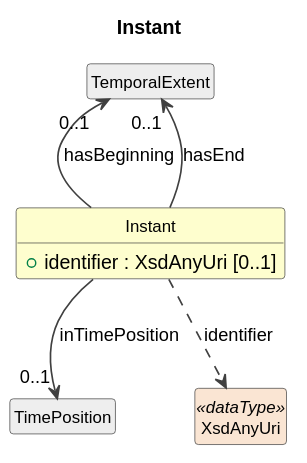
Earlier version of the PlantUML export cdif-uml-model/_plantuml/cdifDiscovery/Classes/Instant.svg (Cross-Domain-Interoperability-Framework/metadataBuildingBlocks).
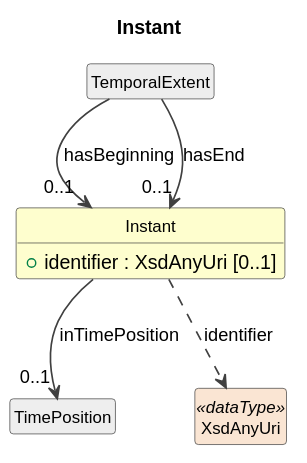
Later version of the same file.

What changed in the source:
```diff
@@ -14,8 +14,8 @@
   +identifier : XsdAnyUri [0..1]
 }
 class "TemporalExtent" as TemporalExtent #EEEEEE
-TemporalExtent "0..1" <-- Instant : hasBeginning
-TemporalExtent "0..1" <-- Instant : hasEnd
+TemporalExtent --> "0..1" Instant : hasBeginning
+TemporalExtent --> "0..1" Instant : hasEnd
 class "TimePosition" as TimePosition #EEEEEE
 Instant --> "0..1" TimePosition : inTimePosition
 class "XsdAnyUri" as XsdAnyUri <<dataType>> #FAE5D3
```
